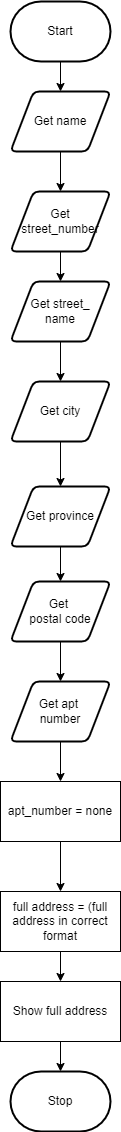
Above: flowchart.png in Huzaifa-Khalid-2/ICS3U-Unit5-05-Python (draw.io), before the change. Source tidied: cells renumbered, new cells last; positions are measured from the earlier drawing's top-left corner, leaving out a move shared by most shapes.
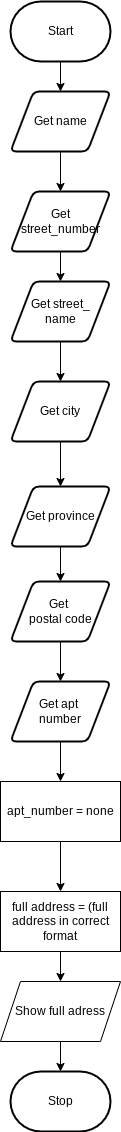
After the commit.

Commit message:
addded_flowchartr

Change to the diagram source:
```diff
@@ -56,20 +56,24 @@
     <mxCell id="19" value="apt_number = none" style="rounded=0;whiteSpace=wrap;html=1;" parent="1" vertex="1">
       <mxGeometry y="780" width="120" height="60" as="geometry" />
     </mxCell>
-    <mxCell id="20" style="edgeStyle=none;html=1;" parent="1" edge="1" source="21" target="23">
-      <mxGeometry relative="1" as="geometry" />
+    <mxCell id="20" style="edgeStyle=none;html=1;" parent="1" edge="1" source="21">
+      <mxGeometry relative="1" as="geometry">
+        <mxPoint x="60" y="980" as="targetPoint" />
+      </mxGeometry>
     </mxCell>
     <mxCell id="21" value="full address = (full address in correct format" style="rounded=0;whiteSpace=wrap;html=1;" parent="1" vertex="1">
       <mxGeometry y="890" width="120" height="60" as="geometry" />
     </mxCell>
-    <mxCell id="22" style="edgeStyle=none;html=1;" parent="1" edge="1" source="23" target="24">
-      <mxGeometry relative="1" as="geometry" />
+    <mxCell id="22" style="edgeStyle=none;html=1;" parent="1" edge="1" target="24">
+      <mxGeometry relative="1" as="geometry">
+        <mxPoint x="60" y="1040" as="sourcePoint" />
+      </mxGeometry>
     </mxCell>
-    <mxCell id="23" value="Show full address" style="rounded=0;whiteSpace=wrap;html=1;" parent="1" vertex="1">
-      <mxGeometry y="980" width="120" height="60" as="geometry" />
-    </mxCell>
     <mxCell id="24" value="Stop" style="strokeWidth=2;html=1;shape=mxgraph.flowchart.terminator;whiteSpace=wrap;" parent="1" vertex="1">
       <mxGeometry x="10" y="1070" width="100" height="60" as="geometry" />
     </mxCell>
+    <mxCell id="25" value="Show full adress" style="shape=parallelogram;perimeter=parallelogramPerimeter;whiteSpace=wrap;html=1;fixedSize=1;" parent="1" vertex="1">
+      <mxGeometry y="980" width="120" height="60" as="geometry" />
+    </mxCell>
   </root>
 </mxGraphModel>
```
